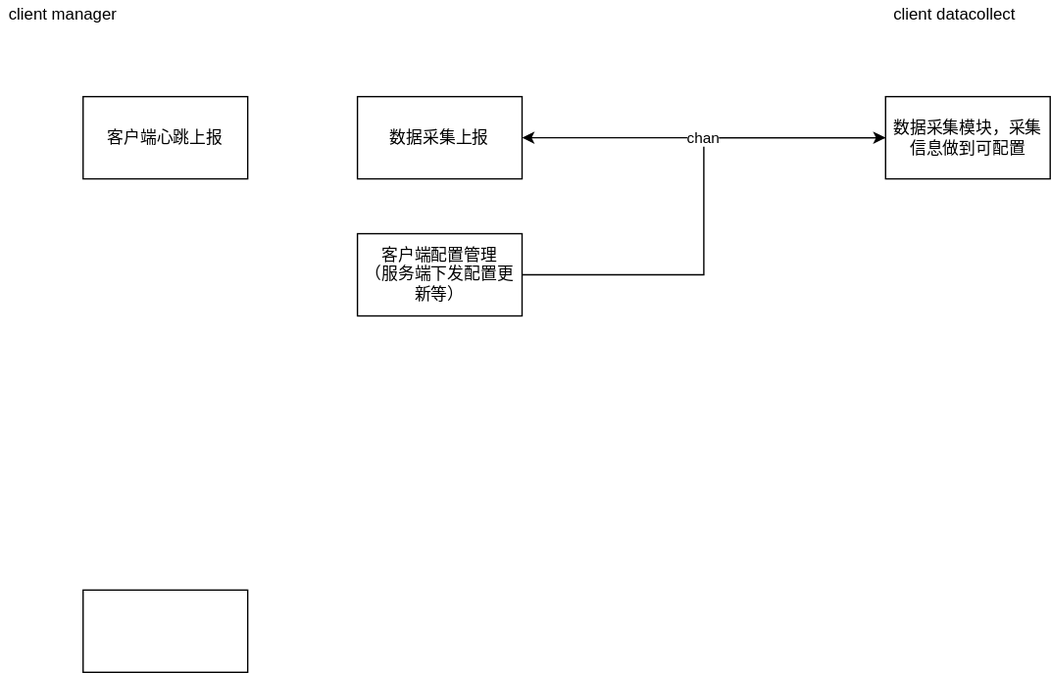
This is tc_客户端模块设计.svg from c17abab/diag_pics, a draw.io export, as it was before one commit. Source tidied: cells renumbered, new cells last; positions are measured from the earlier drawing's top-left corner, leaving out a move shared by most shapes.
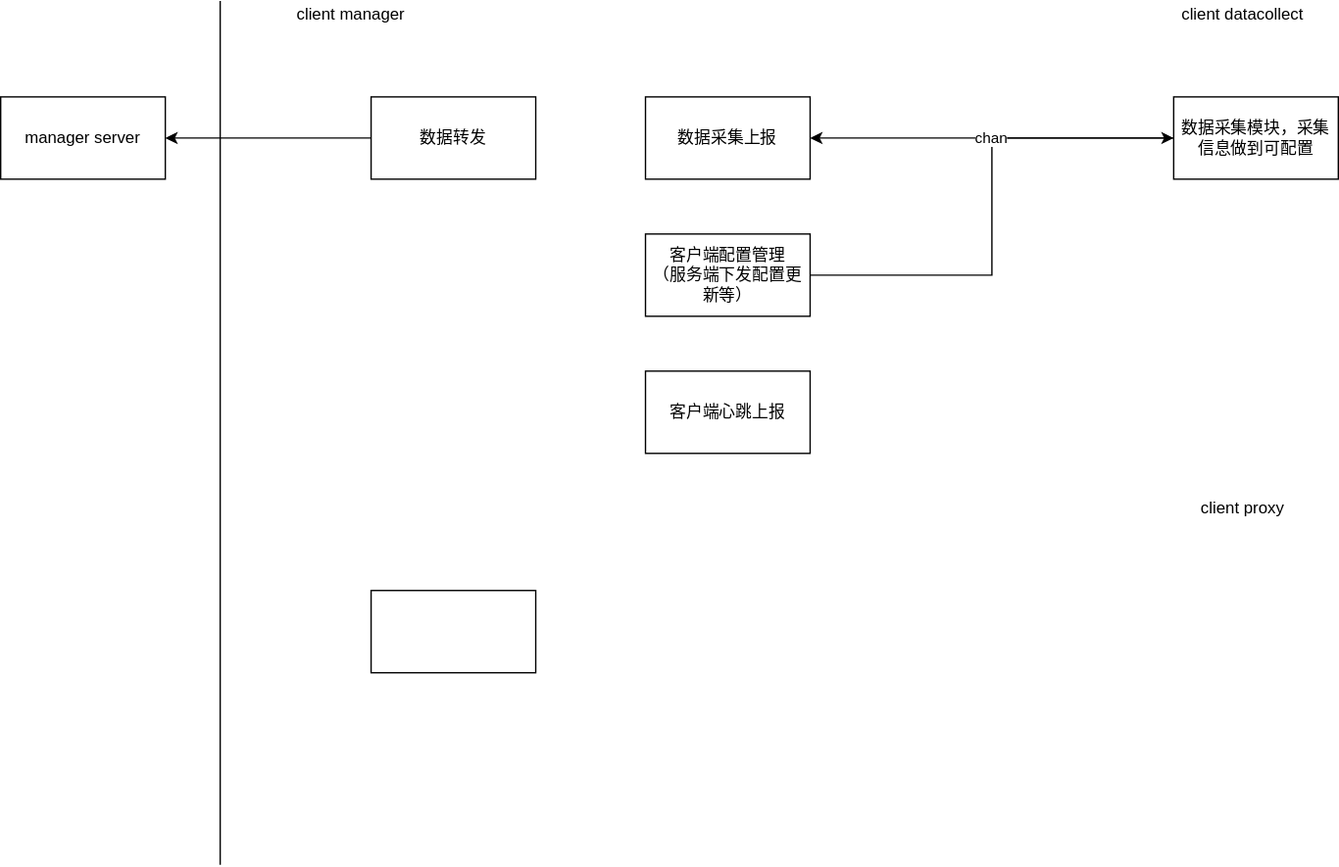
After the commit.

Commit message:
更新tc_客户端模块设计.svg

Change to the diagram source:
```diff
@@ -2,9 +2,11 @@
   <root>
     <mxCell id="0" />
     <mxCell id="1" parent="0" />
-    <mxCell id="2" value="客户端心跳上报" style="rounded=0;whiteSpace=wrap;html=1;" parent="1" vertex="1">
-      <mxGeometry x="60" y="70" width="120" height="60" as="geometry" />
-    </mxCell>
+    <mxCell id="11" style="edgeStyle=orthogonalEdgeStyle;rounded=0;jettySize=auto;html=1;" parent="1" edge="1" target="13">
+      <mxGeometry relative="1" as="geometry">
+        <mxPoint x="60" y="100" as="sourcePoint" />
+      </mxGeometry>
+    </mxCell>
     <mxCell id="3" value="client manager" style="text;html=1;align=center;verticalAlign=middle;fillColor=none;strokeColor=none;rounded=0;" parent="1" vertex="1">
       <mxGeometry width="90" height="20" as="geometry" />
     </mxCell>
@@ -29,5 +31,23 @@
     <mxCell id="10" value="数据采集模块，采集信息做到可配置" style="rounded=0;whiteSpace=wrap;html=1;" parent="1" vertex="1">
       <mxGeometry x="645" y="70" width="120" height="60" as="geometry" />
     </mxCell>
+    <mxCell id="12" value="client proxy" style="text;html=1;align=center;verticalAlign=middle;fillColor=none;strokeColor=none;rounded=0;" parent="1" vertex="1">
+      <mxGeometry x="655" y="360" width="80" height="20" as="geometry" />
+    </mxCell>
+    <mxCell id="13" value="manager server" style="whiteSpace=wrap;html=1;rounded=0;" parent="1" vertex="1">
+      <mxGeometry x="-210" y="70" width="120" height="60" as="geometry" />
+    </mxCell>
+    <mxCell id="14" style="endArrow=none;html=1;" parent="1" edge="1">
+      <mxGeometry relative="1" as="geometry">
+        <mxPoint x="-50" y="630" as="sourcePoint" />
+        <mxPoint x="-50" as="targetPoint" />
+      </mxGeometry>
+    </mxCell>
+    <mxCell id="2" value="客户端心跳上报" style="rounded=0;whiteSpace=wrap;html=1;" parent="1" vertex="1">
+      <mxGeometry x="260" y="270" width="120" height="60" as="geometry" />
+    </mxCell>
+    <mxCell id="15" value="数据转发" style="rounded=0;whiteSpace=wrap;html=1;" parent="1" vertex="1">
+      <mxGeometry x="60" y="70" width="120" height="60" as="geometry" />
+    </mxCell>
   </root>
 </mxGraphModel>
```
